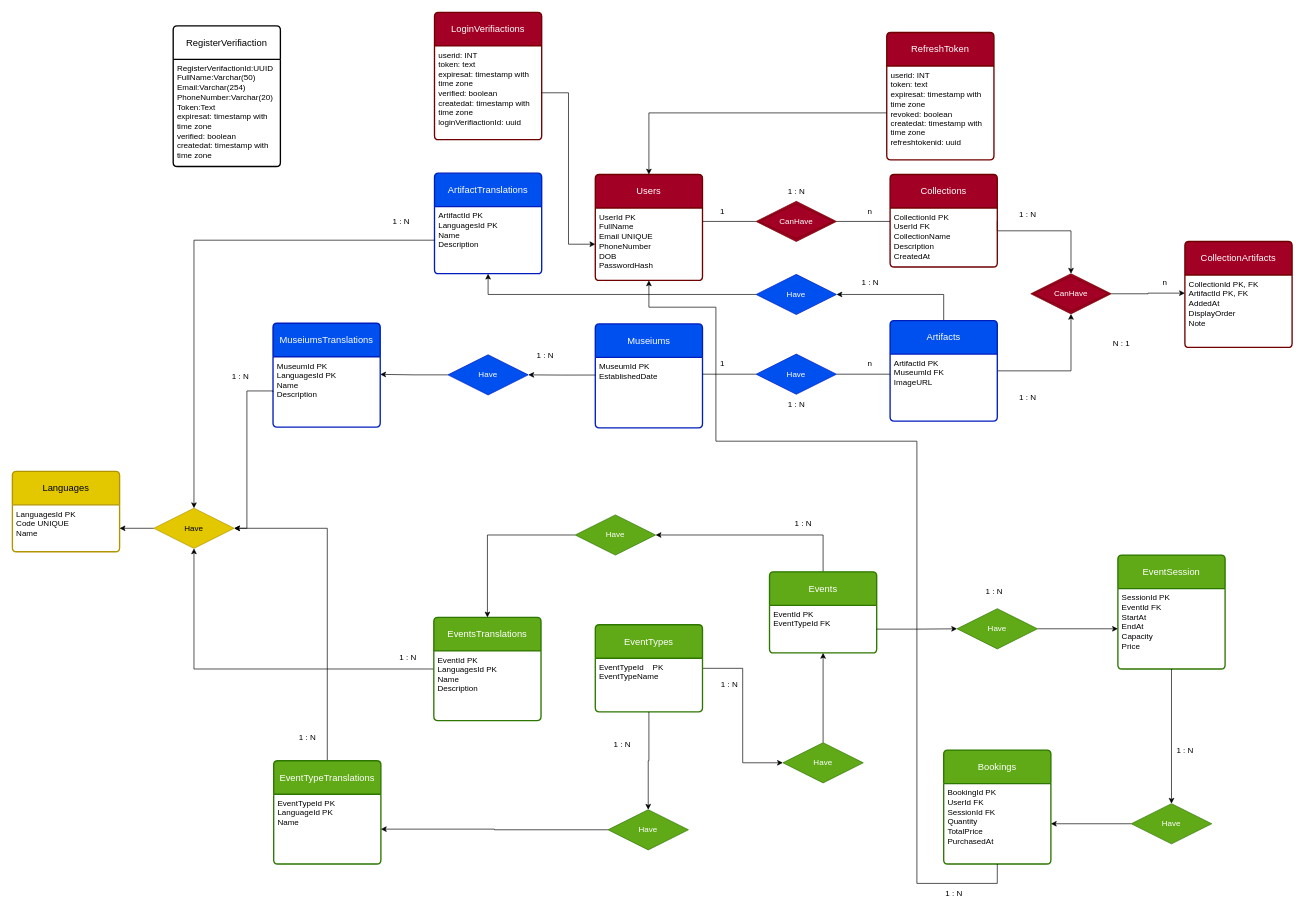
iXZed026/Loghante-Project keeps this draw.io diagram as LoghanteDOC/ERD/LoghanteDB_MultiLang_RegisterVerifiactionsV1.1.1.drawio. Above is the earlier version. Source tidied: cells renumbered, new cells numbered last; positions are measured from the earlier drawing's top-left corner, leaving out a move shared by most shapes. Both pictures are drawn from the tidied source at 67%, with x=0, y=0 at pixel (12, 12).
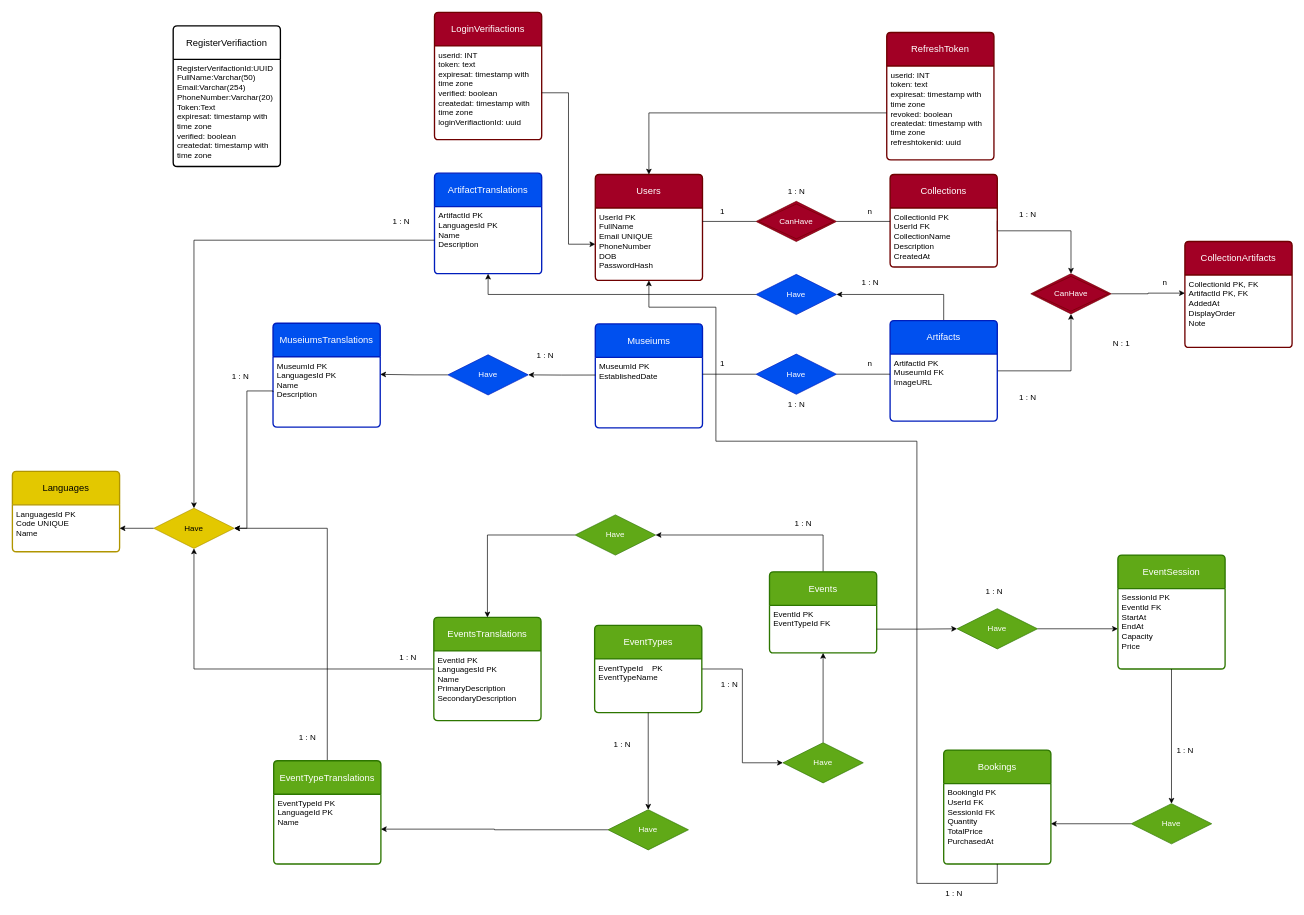
The same diagram, later.

Commit message (it also covers changes not shown here):
LoghanteDB_UserTYpesV1.1.2 Added

Unchanged cells that the change refers to:
```xml
<mxCell id="66" value="EventsTranslations" style="swimlane;horizontal=1;startSize=50;rounded=1;fontSize=14;fontStyle=0;strokeWidth=2;shadow=0;dashed=0;align=center;arcSize=4;whiteSpace=wrap;html=1;fillColor=#60a917;fontColor=#ffffff;strokeColor=#2D7600;" parent="1" vertex="1">
  <mxGeometry x="629" y="903" width="160" height="154" as="geometry" />
</mxCell>
```

Change to the diagram source:
```diff
@@
     <mxCell id="37" value="EventTypes" style="swimlane;horizontal=1;startSize=50;rounded=1;fontSize=14;fontStyle=0;strokeWidth=2;shadow=0;dashed=0;align=center;arcSize=4;whiteSpace=wrap;html=1;fillColor=#60a917;fontColor=#ffffff;strokeColor=#2D7600;" parent="1" vertex="1">
-      <mxGeometry x="870" y="914" width="160" height="130" as="geometry" />
+      <mxGeometry x="869" y="915" width="160" height="130" as="geometry" />
     </mxCell>
-    <mxCell id="38" value="EventTypeId&lt;span style=&quot;white-space: pre;&quot;&gt;&#9;&lt;/span&gt;PK&lt;br&gt;EventTypeName&lt;br&gt;" style="align=left;strokeColor=none;fillColor=none;spacingLeft=4;spacingRight=4;fontSize=12;verticalAlign=top;html=1;whiteSpace=wrap;" parent="37" vertex="1">
+    <mxCell id="38" value="EventTypeId&lt;span style=&quot;&quot;&gt;&lt;span style=&quot;white-space: pre;&quot;&gt;&amp;nbsp;&amp;nbsp;&amp;nbsp;&amp;nbsp;&lt;/span&gt;&lt;/span&gt;PK&lt;br&gt;EventTypeName" style="align=left;strokeColor=none;fillColor=none;spacingLeft=4;spacingRight=4;fontSize=12;verticalAlign=top;html=1;whiteSpace=wrap;" parent="37" vertex="1">
       <mxGeometry y="50" width="160" height="80" as="geometry" />
     </mxCell>
@@
-    <mxCell id="67" value="EventId PK&lt;br&gt;LanguagesId PK&amp;nbsp;&lt;br&gt;Name&lt;br&gt;Description" style="align=left;strokeColor=none;fillColor=none;spacingLeft=4;spacingRight=4;fontSize=12;verticalAlign=top;html=1;whiteSpace=wrap;" parent="66" vertex="1">
+    <mxCell id="67" value="EventId PK&lt;br&gt;LanguagesId PK&amp;nbsp;&lt;br&gt;Name&lt;br&gt;PrimaryDescription&lt;br&gt;SecondaryDescription" style="align=left;strokeColor=none;fillColor=none;spacingLeft=4;spacingRight=4;fontSize=12;verticalAlign=top;html=1;whiteSpace=wrap;" parent="66" vertex="1">
       <mxGeometry y="50" width="160" height="104" as="geometry" />
     </mxCell>
```
